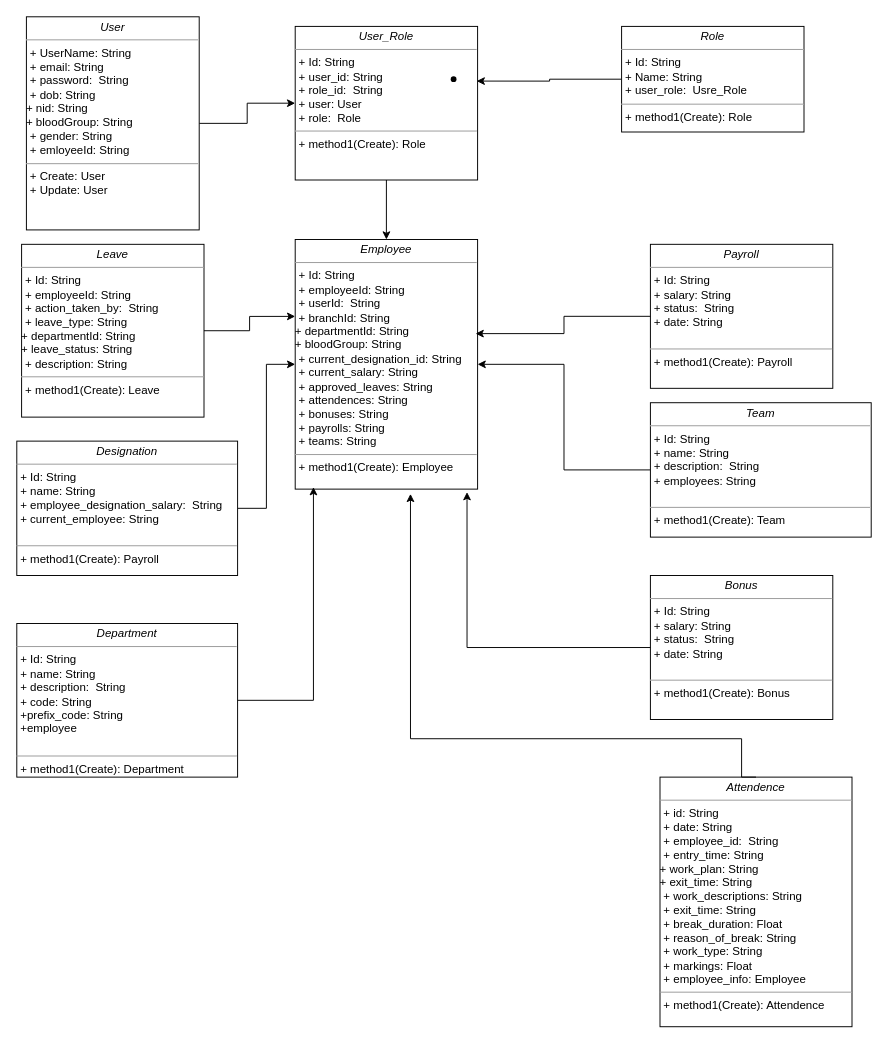
Above: HRM_Class_Diagram.drawio in Sajid069/System_Design (draw.io), before the change. Source tidied: cells renumbered, new cells numbered last; positions are measured from the earlier drawing's top-left corner, leaving out a move shared by most shapes. Both pictures are drawn from the tidied source at 96%, with x=0, y=0 at pixel (16, 16).
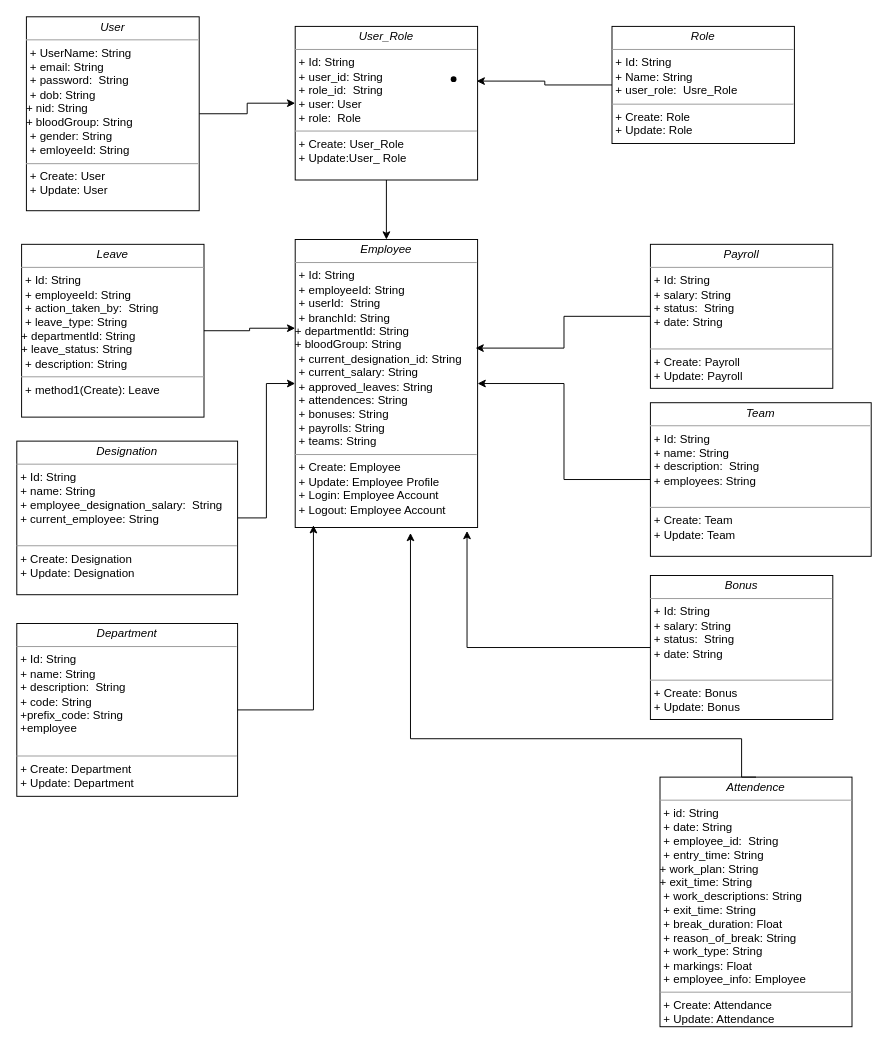
After the change.

Change to the diagram source:
```diff
@@
     <mxCell id="3" value="&lt;p style=&quot;margin:0px;margin-top:4px;text-align:center;&quot;&gt;&lt;i&gt;User&lt;/i&gt;&lt;/p&gt;&lt;hr size=&quot;1&quot;&gt;&lt;p style=&quot;margin:0px;margin-left:4px;&quot;&gt;+ UserName: String&lt;br&gt;+ email: String&lt;/p&gt;&lt;p style=&quot;margin:0px;margin-left:4px;&quot;&gt;+ password:&amp;nbsp; String&lt;br style=&quot;border-color: var(--border-color);&quot;&gt;+ dob: String&lt;br&gt;&lt;/p&gt;+ nid: String&lt;br style=&quot;border-color: var(--border-color);&quot;&gt;+ bloodGroup: String&lt;p style=&quot;margin:0px;margin-left:4px;&quot;&gt;+ gender: String&lt;br style=&quot;border-color: var(--border-color);&quot;&gt;+ emloyeeId: String&lt;/p&gt;&lt;hr size=&quot;1&quot;&gt;&lt;p style=&quot;margin:0px;margin-left:4px;&quot;&gt;+ Create: User&lt;/p&gt;&lt;p style=&quot;margin:0px;margin-left:4px;&quot;&gt;+ Update: User&lt;/p&gt;&lt;p style=&quot;margin:0px;margin-left:4px;&quot;&gt;&lt;br&gt;&lt;/p&gt;" style="verticalAlign=top;align=left;overflow=fill;fontSize=12;fontFamily=Helvetica;html=1;whiteSpace=wrap;" parent="1" vertex="1">
-      <mxGeometry x="10" width="180" height="222" as="geometry" />
+      <mxGeometry x="10" width="180" height="202" as="geometry" />
     </mxCell>
@@
-    <mxCell id="5" value="&lt;p style=&quot;margin:0px;margin-top:4px;text-align:center;&quot;&gt;&lt;i&gt;Role&lt;/i&gt;&lt;/p&gt;&lt;hr size=&quot;1&quot;&gt;&lt;p style=&quot;margin:0px;margin-left:4px;&quot;&gt;+ Id: String&lt;br&gt;+ Name: String&lt;/p&gt;&lt;p style=&quot;margin:0px;margin-left:4px;&quot;&gt;+ user_role:&amp;nbsp; Usre_Role&lt;br&gt;&lt;/p&gt;&lt;hr size=&quot;1&quot;&gt;&lt;p style=&quot;margin:0px;margin-left:4px;&quot;&gt;+ method1(Create): Role&lt;br&gt;&lt;br&gt;&lt;/p&gt;" style="verticalAlign=top;align=left;overflow=fill;fontSize=12;fontFamily=Helvetica;html=1;whiteSpace=wrap;" parent="1" vertex="1">
-      <mxGeometry x="630" y="10" width="190" height="110" as="geometry" />
+    <mxCell id="5" value="&lt;p style=&quot;margin:0px;margin-top:4px;text-align:center;&quot;&gt;&lt;i&gt;Role&lt;/i&gt;&lt;/p&gt;&lt;hr size=&quot;1&quot;&gt;&lt;p style=&quot;margin:0px;margin-left:4px;&quot;&gt;+ Id: String&lt;br&gt;+ Name: String&lt;/p&gt;&lt;p style=&quot;margin:0px;margin-left:4px;&quot;&gt;+ user_role:&amp;nbsp; Usre_Role&lt;br&gt;&lt;/p&gt;&lt;hr size=&quot;1&quot;&gt;&lt;p style=&quot;border-color: var(--border-color); margin: 0px 0px 0px 4px;&quot;&gt;+ Create: Role&lt;/p&gt;&lt;p style=&quot;border-color: var(--border-color); margin: 0px 0px 0px 4px;&quot;&gt;+ Update: Role&lt;br style=&quot;border-color: var(--border-color);&quot;&gt;&lt;/p&gt;" style="verticalAlign=top;align=left;overflow=fill;fontSize=12;fontFamily=Helvetica;html=1;whiteSpace=wrap;" parent="1" vertex="1">
+      <mxGeometry x="620" y="10" width="190" height="122" as="geometry" />
     </mxCell>
-    <mxCell id="6" value="&lt;p style=&quot;margin:0px;margin-top:4px;text-align:center;&quot;&gt;&lt;i&gt;Employee&lt;/i&gt;&lt;/p&gt;&lt;hr size=&quot;1&quot;&gt;&lt;p style=&quot;margin:0px;margin-left:4px;&quot;&gt;+ Id: String&lt;br&gt;+ employeeId: String&lt;/p&gt;&lt;p style=&quot;margin:0px;margin-left:4px;&quot;&gt;+ userId:&amp;nbsp; String&lt;br style=&quot;border-color: var(--border-color);&quot;&gt;+ branchId: String&lt;br&gt;&lt;/p&gt;+ departmentId: String&lt;br style=&quot;border-color: var(--border-color);&quot;&gt;+ bloodGroup: String&lt;p style=&quot;margin:0px;margin-left:4px;&quot;&gt;+&amp;nbsp;current_designation_id&lt;span style=&quot;background-color: initial;&quot;&gt;: String&lt;/span&gt;&lt;/p&gt;&lt;p style=&quot;border-color: var(--border-color); margin: 0px 0px 0px 4px;&quot;&gt;+&amp;nbsp;current_salary&lt;span style=&quot;background-color: initial;&quot;&gt;: String&lt;/span&gt;&lt;/p&gt;&lt;p style=&quot;margin:0px;margin-left:4px;&quot;&gt;+&amp;nbsp;approved_leaves&lt;span style=&quot;background-color: initial;&quot;&gt;: String&lt;/span&gt;&lt;/p&gt;&lt;p style=&quot;margin:0px;margin-left:4px;&quot;&gt;+&amp;nbsp;attendences&lt;span style=&quot;background-color: initial;&quot;&gt;: String&lt;/span&gt;&lt;/p&gt;&lt;p style=&quot;border-color: var(--border-color); margin: 0px 0px 0px 4px;&quot;&gt;+&amp;nbsp;bonuses&lt;span style=&quot;background-color: initial;&quot;&gt;: String&lt;/span&gt;&lt;/p&gt;&lt;p style=&quot;border-color: var(--border-color); margin: 0px 0px 0px 4px;&quot;&gt;+&amp;nbsp;payrolls&lt;span style=&quot;background-color: initial;&quot;&gt;: String&lt;/span&gt;&lt;/p&gt;&lt;p style=&quot;border-color: var(--border-color); margin: 0px 0px 0px 4px;&quot;&gt;+&amp;nbsp;teams&lt;span style=&quot;background-color: initial;&quot;&gt;: String&lt;/span&gt;&lt;/p&gt;&lt;hr size=&quot;1&quot;&gt;&lt;p style=&quot;margin:0px;margin-left:4px;&quot;&gt;+ method1(Create): Employee&lt;br&gt;&lt;br&gt;&lt;/p&gt;" style="verticalAlign=top;align=left;overflow=fill;fontSize=12;fontFamily=Helvetica;html=1;whiteSpace=wrap;" parent="1" vertex="1">
-      <mxGeometry x="290" y="232" width="190" height="260" as="geometry" />
+    <mxCell id="6" value="&lt;p style=&quot;margin:0px;margin-top:4px;text-align:center;&quot;&gt;&lt;i&gt;Employee&lt;/i&gt;&lt;/p&gt;&lt;hr size=&quot;1&quot;&gt;&lt;p style=&quot;margin:0px;margin-left:4px;&quot;&gt;+ Id: String&lt;br&gt;+ employeeId: String&lt;/p&gt;&lt;p style=&quot;margin:0px;margin-left:4px;&quot;&gt;+ userId:&amp;nbsp; String&lt;br style=&quot;border-color: var(--border-color);&quot;&gt;+ branchId: String&lt;br&gt;&lt;/p&gt;+ departmentId: String&lt;br style=&quot;border-color: var(--border-color);&quot;&gt;+ bloodGroup: String&lt;p style=&quot;margin:0px;margin-left:4px;&quot;&gt;+&amp;nbsp;current_designation_id&lt;span style=&quot;background-color: initial;&quot;&gt;: String&lt;/span&gt;&lt;/p&gt;&lt;p style=&quot;border-color: var(--border-color); margin: 0px 0px 0px 4px;&quot;&gt;+&amp;nbsp;current_salary&lt;span style=&quot;background-color: initial;&quot;&gt;: String&lt;/span&gt;&lt;/p&gt;&lt;p style=&quot;margin:0px;margin-left:4px;&quot;&gt;+&amp;nbsp;approved_leaves&lt;span style=&quot;background-color: initial;&quot;&gt;: String&lt;/span&gt;&lt;/p&gt;&lt;p style=&quot;margin:0px;margin-left:4px;&quot;&gt;+&amp;nbsp;attendences&lt;span style=&quot;background-color: initial;&quot;&gt;: String&lt;/span&gt;&lt;/p&gt;&lt;p style=&quot;border-color: var(--border-color); margin: 0px 0px 0px 4px;&quot;&gt;+&amp;nbsp;bonuses&lt;span style=&quot;background-color: initial;&quot;&gt;: String&lt;/span&gt;&lt;/p&gt;&lt;p style=&quot;border-color: var(--border-color); margin: 0px 0px 0px 4px;&quot;&gt;+&amp;nbsp;payrolls&lt;span style=&quot;background-color: initial;&quot;&gt;: String&lt;/span&gt;&lt;/p&gt;&lt;p style=&quot;border-color: var(--border-color); margin: 0px 0px 0px 4px;&quot;&gt;+&amp;nbsp;teams&lt;span style=&quot;background-color: initial;&quot;&gt;: String&lt;/span&gt;&lt;/p&gt;&lt;hr size=&quot;1&quot;&gt;&lt;p style=&quot;margin:0px;margin-left:4px;&quot;&gt;+ Create: Employee&lt;/p&gt;&lt;p style=&quot;margin:0px;margin-left:4px;&quot;&gt;+ Update: Employee Profile&lt;/p&gt;&lt;p style=&quot;margin:0px;margin-left:4px;&quot;&gt;+ Login: Employee Account&lt;/p&gt;&lt;p style=&quot;margin:0px;margin-left:4px;&quot;&gt;+ Logout: Employee Account&lt;br&gt;&lt;br&gt;&lt;/p&gt;" style="verticalAlign=top;align=left;overflow=fill;fontSize=12;fontFamily=Helvetica;html=1;whiteSpace=wrap;" parent="1" vertex="1">
+      <mxGeometry x="290" y="232" width="190" height="300" as="geometry" />
     </mxCell>
@@
-    <mxCell id="8" value="&lt;p style=&quot;margin:0px;margin-top:4px;text-align:center;&quot;&gt;&lt;i&gt;Payroll&lt;/i&gt;&lt;/p&gt;&lt;hr size=&quot;1&quot;&gt;&lt;p style=&quot;margin:0px;margin-left:4px;&quot;&gt;+ Id: String&lt;br&gt;+ salary: String&lt;/p&gt;&lt;p style=&quot;margin:0px;margin-left:4px;&quot;&gt;+ status:&amp;nbsp; String&lt;br style=&quot;border-color: var(--border-color);&quot;&gt;+ date: String&lt;/p&gt;&lt;br&gt;&lt;hr size=&quot;1&quot;&gt;&lt;p style=&quot;margin:0px;margin-left:4px;&quot;&gt;+ method1(Create): Payroll&lt;br&gt;&lt;br&gt;&lt;/p&gt;" style="verticalAlign=top;align=left;overflow=fill;fontSize=12;fontFamily=Helvetica;html=1;whiteSpace=wrap;" parent="1" vertex="1">
+    <mxCell id="8" value="&lt;p style=&quot;margin:0px;margin-top:4px;text-align:center;&quot;&gt;&lt;i&gt;Payroll&lt;/i&gt;&lt;/p&gt;&lt;hr size=&quot;1&quot;&gt;&lt;p style=&quot;margin:0px;margin-left:4px;&quot;&gt;+ Id: String&lt;br&gt;+ salary: String&lt;/p&gt;&lt;p style=&quot;margin:0px;margin-left:4px;&quot;&gt;+ status:&amp;nbsp; String&lt;br style=&quot;border-color: var(--border-color);&quot;&gt;+ date: String&lt;/p&gt;&lt;br&gt;&lt;hr size=&quot;1&quot;&gt;&lt;p style=&quot;border-color: var(--border-color); margin: 0px 0px 0px 4px;&quot;&gt;+ Create: Payroll&lt;/p&gt;&lt;p style=&quot;border-color: var(--border-color); margin: 0px 0px 0px 4px;&quot;&gt;+ Update: Payroll&lt;/p&gt;&lt;p style=&quot;margin:0px;margin-left:4px;&quot;&gt;&lt;br&gt;&lt;/p&gt;" style="verticalAlign=top;align=left;overflow=fill;fontSize=12;fontFamily=Helvetica;html=1;whiteSpace=wrap;" parent="1" vertex="1">
       <mxGeometry x="660" y="237" width="190" height="150" as="geometry" />
     </mxCell>
-    <mxCell id="9" value="&lt;p style=&quot;margin:0px;margin-top:4px;text-align:center;&quot;&gt;&lt;i&gt;Bonus&lt;/i&gt;&lt;/p&gt;&lt;hr size=&quot;1&quot;&gt;&lt;p style=&quot;margin:0px;margin-left:4px;&quot;&gt;+ Id: String&lt;br&gt;+ salary: String&lt;/p&gt;&lt;p style=&quot;margin:0px;margin-left:4px;&quot;&gt;+ status:&amp;nbsp; String&lt;br style=&quot;border-color: var(--border-color);&quot;&gt;+ date: String&lt;/p&gt;&lt;br&gt;&lt;hr size=&quot;1&quot;&gt;&lt;p style=&quot;margin:0px;margin-left:4px;&quot;&gt;+ method1(Create): Bonus&lt;br&gt;&lt;br&gt;&lt;/p&gt;" style="verticalAlign=top;align=left;overflow=fill;fontSize=12;fontFamily=Helvetica;html=1;whiteSpace=wrap;" parent="1" vertex="1">
+    <mxCell id="9" value="&lt;p style=&quot;margin:0px;margin-top:4px;text-align:center;&quot;&gt;&lt;i&gt;Bonus&lt;/i&gt;&lt;/p&gt;&lt;hr size=&quot;1&quot;&gt;&lt;p style=&quot;margin:0px;margin-left:4px;&quot;&gt;+ Id: String&lt;br&gt;+ salary: String&lt;/p&gt;&lt;p style=&quot;margin:0px;margin-left:4px;&quot;&gt;+ status:&amp;nbsp; String&lt;br style=&quot;border-color: var(--border-color);&quot;&gt;+ date: String&lt;/p&gt;&lt;br&gt;&lt;hr size=&quot;1&quot;&gt;&lt;p style=&quot;border-color: var(--border-color); margin: 0px 0px 0px 4px;&quot;&gt;+ Create: Bonus&lt;/p&gt;&lt;p style=&quot;border-color: var(--border-color); margin: 0px 0px 0px 4px;&quot;&gt;+ Update: Bonus&lt;/p&gt;&lt;p style=&quot;margin:0px;margin-left:4px;&quot;&gt;&lt;br&gt;&lt;/p&gt;" style="verticalAlign=top;align=left;overflow=fill;fontSize=12;fontFamily=Helvetica;html=1;whiteSpace=wrap;" parent="1" vertex="1">
       <mxGeometry x="660" y="582" width="190" height="150" as="geometry" />
     </mxCell>
@@
-    <mxCell id="11" value="&lt;p style=&quot;margin:0px;margin-top:4px;text-align:center;&quot;&gt;&lt;i&gt;Designation&lt;/i&gt;&lt;/p&gt;&lt;hr size=&quot;1&quot;&gt;&lt;p style=&quot;margin:0px;margin-left:4px;&quot;&gt;+ Id: String&lt;br&gt;+ name: String&lt;/p&gt;&lt;p style=&quot;margin:0px;margin-left:4px;&quot;&gt;+ employee_designation_salary:&amp;nbsp; String&lt;br style=&quot;border-color: var(--border-color);&quot;&gt;+ current_employee: String&lt;/p&gt;&lt;br&gt;&lt;hr size=&quot;1&quot;&gt;&lt;p style=&quot;margin:0px;margin-left:4px;&quot;&gt;+ method1(Create): Payroll&lt;br&gt;&lt;br&gt;&lt;/p&gt;" style="verticalAlign=top;align=left;overflow=fill;fontSize=12;fontFamily=Helvetica;html=1;whiteSpace=wrap;" parent="1" vertex="1">
-      <mxGeometry y="442" width="230" height="140" as="geometry" />
+    <mxCell id="11" value="&lt;p style=&quot;margin:0px;margin-top:4px;text-align:center;&quot;&gt;&lt;i&gt;Designation&lt;/i&gt;&lt;/p&gt;&lt;hr size=&quot;1&quot;&gt;&lt;p style=&quot;margin:0px;margin-left:4px;&quot;&gt;+ Id: String&lt;br&gt;+ name: String&lt;/p&gt;&lt;p style=&quot;margin:0px;margin-left:4px;&quot;&gt;+ employee_designation_salary:&amp;nbsp; String&lt;br style=&quot;border-color: var(--border-color);&quot;&gt;+ current_employee: String&lt;/p&gt;&lt;br&gt;&lt;hr size=&quot;1&quot;&gt;&lt;p style=&quot;border-color: var(--border-color); margin: 0px 0px 0px 4px;&quot;&gt;+ Create: Designation&lt;/p&gt;&lt;p style=&quot;border-color: var(--border-color); margin: 0px 0px 0px 4px;&quot;&gt;+ Update: Designation&lt;/p&gt;&lt;p style=&quot;margin:0px;margin-left:4px;&quot;&gt;&lt;br&gt;&lt;/p&gt;" style="verticalAlign=top;align=left;overflow=fill;fontSize=12;fontFamily=Helvetica;html=1;whiteSpace=wrap;" parent="1" vertex="1">
+      <mxGeometry y="442" width="230" height="160" as="geometry" />
     </mxCell>
-    <mxCell id="12" value="&lt;p style=&quot;margin:0px;margin-top:4px;text-align:center;&quot;&gt;&lt;i&gt;Department&lt;/i&gt;&lt;/p&gt;&lt;hr size=&quot;1&quot;&gt;&lt;p style=&quot;margin:0px;margin-left:4px;&quot;&gt;+ Id: String&lt;br&gt;+ name: String&lt;/p&gt;&lt;p style=&quot;margin:0px;margin-left:4px;&quot;&gt;+&amp;nbsp;description&lt;span style=&quot;background-color: initial;&quot;&gt;:&amp;nbsp; String&lt;/span&gt;&lt;/p&gt;&lt;p style=&quot;margin:0px;margin-left:4px;&quot;&gt;+&amp;nbsp;code&lt;span style=&quot;background-color: initial;&quot;&gt;: String&lt;/span&gt;&lt;/p&gt;&lt;p style=&quot;margin:0px;margin-left:4px;&quot;&gt;&lt;span style=&quot;background-color: initial;&quot;&gt;+&lt;/span&gt;prefix_code: String&lt;/p&gt;&lt;p style=&quot;margin:0px;margin-left:4px;&quot;&gt;+employee&lt;/p&gt;&lt;br&gt;&lt;hr size=&quot;1&quot;&gt;&lt;p style=&quot;margin:0px;margin-left:4px;&quot;&gt;+ method1(Create): Department&lt;br&gt;&lt;br&gt;&lt;/p&gt;" style="verticalAlign=top;align=left;overflow=fill;fontSize=12;fontFamily=Helvetica;html=1;whiteSpace=wrap;" parent="1" vertex="1">
-      <mxGeometry y="632" width="230" height="160" as="geometry" />
+    <mxCell id="12" value="&lt;p style=&quot;margin:0px;margin-top:4px;text-align:center;&quot;&gt;&lt;i&gt;Department&lt;/i&gt;&lt;/p&gt;&lt;hr size=&quot;1&quot;&gt;&lt;p style=&quot;margin:0px;margin-left:4px;&quot;&gt;+ Id: String&lt;br&gt;+ name: String&lt;/p&gt;&lt;p style=&quot;margin:0px;margin-left:4px;&quot;&gt;+&amp;nbsp;description&lt;span style=&quot;background-color: initial;&quot;&gt;:&amp;nbsp; String&lt;/span&gt;&lt;/p&gt;&lt;p style=&quot;margin:0px;margin-left:4px;&quot;&gt;+&amp;nbsp;code&lt;span style=&quot;background-color: initial;&quot;&gt;: String&lt;/span&gt;&lt;/p&gt;&lt;p style=&quot;margin:0px;margin-left:4px;&quot;&gt;&lt;span style=&quot;background-color: initial;&quot;&gt;+&lt;/span&gt;prefix_code: String&lt;/p&gt;&lt;p style=&quot;margin:0px;margin-left:4px;&quot;&gt;+employee&lt;/p&gt;&lt;br&gt;&lt;hr size=&quot;1&quot;&gt;&lt;p style=&quot;margin:0px;margin-left:4px;&quot;&gt;+ Create: Department&lt;/p&gt;&lt;p style=&quot;margin:0px;margin-left:4px;&quot;&gt;+ Update: Department&lt;br&gt;&lt;br&gt;&lt;/p&gt;" style="verticalAlign=top;align=left;overflow=fill;fontSize=12;fontFamily=Helvetica;html=1;whiteSpace=wrap;" parent="1" vertex="1">
+      <mxGeometry y="632" width="230" height="180" as="geometry" />
     </mxCell>
@@
-    <mxCell id="14" value="&lt;p style=&quot;margin:0px;margin-top:4px;text-align:center;&quot;&gt;&lt;i&gt;Team&lt;/i&gt;&lt;/p&gt;&lt;hr size=&quot;1&quot;&gt;&lt;p style=&quot;margin:0px;margin-left:4px;&quot;&gt;+ Id: String&lt;br&gt;+ name: String&lt;/p&gt;&lt;p style=&quot;margin:0px;margin-left:4px;&quot;&gt;+&amp;nbsp;description&lt;span style=&quot;background-color: initial;&quot;&gt;:&amp;nbsp; String&lt;/span&gt;&lt;/p&gt;&lt;p style=&quot;margin:0px;margin-left:4px;&quot;&gt;+&amp;nbsp;employees&lt;span style=&quot;background-color: initial;&quot;&gt;: String&lt;/span&gt;&lt;/p&gt;&lt;br&gt;&lt;hr size=&quot;1&quot;&gt;&lt;p style=&quot;margin:0px;margin-left:4px;&quot;&gt;+ method1(Create): Team&lt;br&gt;&lt;br&gt;&lt;/p&gt;" style="verticalAlign=top;align=left;overflow=fill;fontSize=12;fontFamily=Helvetica;html=1;whiteSpace=wrap;" parent="1" vertex="1">
-      <mxGeometry x="660" y="402" width="230" height="140" as="geometry" />
+    <mxCell id="14" value="&lt;p style=&quot;margin:0px;margin-top:4px;text-align:center;&quot;&gt;&lt;i&gt;Team&lt;/i&gt;&lt;/p&gt;&lt;hr size=&quot;1&quot;&gt;&lt;p style=&quot;margin:0px;margin-left:4px;&quot;&gt;+ Id: String&lt;br&gt;+ name: String&lt;/p&gt;&lt;p style=&quot;margin:0px;margin-left:4px;&quot;&gt;+&amp;nbsp;description&lt;span style=&quot;background-color: initial;&quot;&gt;:&amp;nbsp; String&lt;/span&gt;&lt;/p&gt;&lt;p style=&quot;margin:0px;margin-left:4px;&quot;&gt;+&amp;nbsp;employees&lt;span style=&quot;background-color: initial;&quot;&gt;: String&lt;/span&gt;&lt;/p&gt;&lt;br&gt;&lt;hr size=&quot;1&quot;&gt;&lt;p style=&quot;border-color: var(--border-color); margin: 0px 0px 0px 4px;&quot;&gt;+ Create: Team&lt;/p&gt;&lt;p style=&quot;border-color: var(--border-color); margin: 0px 0px 0px 4px;&quot;&gt;+ Update: Team&lt;/p&gt;&lt;p style=&quot;margin:0px;margin-left:4px;&quot;&gt;&lt;br&gt;&lt;/p&gt;" style="verticalAlign=top;align=left;overflow=fill;fontSize=12;fontFamily=Helvetica;html=1;whiteSpace=wrap;" parent="1" vertex="1">
+      <mxGeometry x="660" y="402" width="230" height="160" as="geometry" />
     </mxCell>
-    <mxCell id="15" value="&lt;p style=&quot;margin:0px;margin-top:4px;text-align:center;&quot;&gt;&lt;i&gt;Attendence&lt;/i&gt;&lt;/p&gt;&lt;hr size=&quot;1&quot;&gt;&lt;p style=&quot;margin:0px;margin-left:4px;&quot;&gt;+ id: String&lt;br&gt;+&amp;nbsp;date&lt;span style=&quot;background-color: initial;&quot;&gt;: String&lt;/span&gt;&lt;/p&gt;&lt;p style=&quot;margin:0px;margin-left:4px;&quot;&gt;+&amp;nbsp;employee_id&lt;span style=&quot;background-color: initial;&quot;&gt;:&amp;nbsp; String&lt;/span&gt;&lt;/p&gt;&lt;p style=&quot;margin:0px;margin-left:4px;&quot;&gt;+&amp;nbsp;entry_time&lt;span style=&quot;background-color: initial;&quot;&gt;: String&lt;/span&gt;&lt;/p&gt;+&amp;nbsp;work_plan&lt;span style=&quot;background-color: initial;&quot;&gt;: String&lt;/span&gt;&lt;br&gt;+&amp;nbsp;exit_time&lt;span style=&quot;background-color: initial;&quot;&gt;: String&lt;/span&gt;&lt;br&gt;&lt;p style=&quot;margin:0px;margin-left:4px;&quot;&gt;+&amp;nbsp;work_descriptions&lt;span style=&quot;background-color: initial;&quot;&gt;: String&lt;/span&gt;&lt;/p&gt;&lt;p style=&quot;margin:0px;margin-left:4px;&quot;&gt;+&amp;nbsp;exit_time: String&lt;br style=&quot;border-color: var(--border-color);&quot;&gt;&lt;/p&gt;&lt;p style=&quot;border-color: var(--border-color); margin: 0px 0px 0px 4px;&quot;&gt;+&amp;nbsp;break_duration&lt;span style=&quot;background-color: initial;&quot;&gt;: Float&lt;/span&gt;&lt;/p&gt;&lt;p style=&quot;margin:0px;margin-left:4px;&quot;&gt;+&amp;nbsp;reason_of_break&lt;span style=&quot;background-color: initial;&quot;&gt;: String&lt;/span&gt;&lt;/p&gt;&lt;p style=&quot;border-color: var(--border-color); margin: 0px 0px 0px 4px;&quot;&gt;+&amp;nbsp;work_type&lt;span style=&quot;background-color: initial;&quot;&gt;: String&lt;/span&gt;&lt;/p&gt;&lt;p style=&quot;border-color: var(--border-color); margin: 0px 0px 0px 4px;&quot;&gt;+&amp;nbsp;markings&lt;span style=&quot;background-color: initial;&quot;&gt;: Float&lt;/span&gt;&lt;/p&gt;&lt;p style=&quot;border-color: var(--border-color); margin: 0px 0px 0px 4px;&quot;&gt;+&amp;nbsp;employee_info&lt;span style=&quot;background-color: initial;&quot;&gt;: Employee&lt;/span&gt;&lt;/p&gt;&lt;hr size=&quot;1&quot;&gt;&lt;p style=&quot;margin:0px;margin-left:4px;&quot;&gt;+ method1(Create): Attendence&lt;br&gt;&lt;br&gt;&lt;/p&gt;" style="verticalAlign=top;align=left;overflow=fill;fontSize=12;fontFamily=Helvetica;html=1;whiteSpace=wrap;" parent="1" vertex="1">
+    <mxCell id="15" value="&lt;p style=&quot;margin:0px;margin-top:4px;text-align:center;&quot;&gt;&lt;i&gt;Attendence&lt;/i&gt;&lt;/p&gt;&lt;hr size=&quot;1&quot;&gt;&lt;p style=&quot;margin:0px;margin-left:4px;&quot;&gt;+ id: String&lt;br&gt;+&amp;nbsp;date&lt;span style=&quot;background-color: initial;&quot;&gt;: String&lt;/span&gt;&lt;/p&gt;&lt;p style=&quot;margin:0px;margin-left:4px;&quot;&gt;+&amp;nbsp;employee_id&lt;span style=&quot;background-color: initial;&quot;&gt;:&amp;nbsp; String&lt;/span&gt;&lt;/p&gt;&lt;p style=&quot;margin:0px;margin-left:4px;&quot;&gt;+&amp;nbsp;entry_time&lt;span style=&quot;background-color: initial;&quot;&gt;: String&lt;/span&gt;&lt;/p&gt;+&amp;nbsp;work_plan&lt;span style=&quot;background-color: initial;&quot;&gt;: String&lt;/span&gt;&lt;br&gt;+&amp;nbsp;exit_time&lt;span style=&quot;background-color: initial;&quot;&gt;: String&lt;/span&gt;&lt;br&gt;&lt;p style=&quot;margin:0px;margin-left:4px;&quot;&gt;+&amp;nbsp;work_descriptions&lt;span style=&quot;background-color: initial;&quot;&gt;: String&lt;/span&gt;&lt;/p&gt;&lt;p style=&quot;margin:0px;margin-left:4px;&quot;&gt;+&amp;nbsp;exit_time: String&lt;br style=&quot;border-color: var(--border-color);&quot;&gt;&lt;/p&gt;&lt;p style=&quot;border-color: var(--border-color); margin: 0px 0px 0px 4px;&quot;&gt;+&amp;nbsp;break_duration&lt;span style=&quot;background-color: initial;&quot;&gt;: Float&lt;/span&gt;&lt;/p&gt;&lt;p style=&quot;margin:0px;margin-left:4px;&quot;&gt;+&amp;nbsp;reason_of_break&lt;span style=&quot;background-color: initial;&quot;&gt;: String&lt;/span&gt;&lt;/p&gt;&lt;p style=&quot;border-color: var(--border-color); margin: 0px 0px 0px 4px;&quot;&gt;+&amp;nbsp;work_type&lt;span style=&quot;background-color: initial;&quot;&gt;: String&lt;/span&gt;&lt;/p&gt;&lt;p style=&quot;border-color: var(--border-color); margin: 0px 0px 0px 4px;&quot;&gt;+&amp;nbsp;markings&lt;span style=&quot;background-color: initial;&quot;&gt;: Float&lt;/span&gt;&lt;/p&gt;&lt;p style=&quot;border-color: var(--border-color); margin: 0px 0px 0px 4px;&quot;&gt;+&amp;nbsp;employee_info&lt;span style=&quot;background-color: initial;&quot;&gt;: Employee&lt;/span&gt;&lt;/p&gt;&lt;hr size=&quot;1&quot;&gt;&lt;p style=&quot;border-color: var(--border-color); margin: 0px 0px 0px 4px;&quot;&gt;+ Create: Attendance&lt;/p&gt;&lt;p style=&quot;border-color: var(--border-color); margin: 0px 0px 0px 4px;&quot;&gt;+ Update: Attendance&lt;/p&gt;&lt;p style=&quot;margin:0px;margin-left:4px;&quot;&gt;&lt;br&gt;&lt;/p&gt;" style="verticalAlign=top;align=left;overflow=fill;fontSize=12;fontFamily=Helvetica;html=1;whiteSpace=wrap;" parent="1" vertex="1">
       <mxGeometry x="670" y="792" width="200" height="260" as="geometry" />
     </mxCell>
@@
-    <mxCell id="17" value="&lt;p style=&quot;margin:0px;margin-top:4px;text-align:center;&quot;&gt;&lt;i&gt;User_Role&lt;/i&gt;&lt;/p&gt;&lt;hr size=&quot;1&quot;&gt;&lt;p style=&quot;margin:0px;margin-left:4px;&quot;&gt;+ Id: String&lt;br&gt;+ user_id: String&lt;/p&gt;&lt;p style=&quot;margin:0px;margin-left:4px;&quot;&gt;+ role_id:&amp;nbsp; String&lt;br&gt;&lt;/p&gt;&lt;p style=&quot;border-color: var(--border-color); margin: 0px 0px 0px 4px;&quot;&gt;+ user: User&lt;/p&gt;&lt;p style=&quot;border-color: var(--border-color); margin: 0px 0px 0px 4px;&quot;&gt;+ role:&amp;nbsp; Role&lt;/p&gt;&lt;hr size=&quot;1&quot;&gt;&lt;p style=&quot;margin:0px;margin-left:4px;&quot;&gt;+ method1(Create): Role&lt;br&gt;&lt;br&gt;&lt;/p&gt;" style="verticalAlign=top;align=left;overflow=fill;fontSize=12;fontFamily=Helvetica;html=1;whiteSpace=wrap;" parent="1" vertex="1">
+    <mxCell id="17" value="&lt;p style=&quot;margin:0px;margin-top:4px;text-align:center;&quot;&gt;&lt;i&gt;User_Role&lt;/i&gt;&lt;/p&gt;&lt;hr size=&quot;1&quot;&gt;&lt;p style=&quot;margin:0px;margin-left:4px;&quot;&gt;+ Id: String&lt;br&gt;+ user_id: String&lt;/p&gt;&lt;p style=&quot;margin:0px;margin-left:4px;&quot;&gt;+ role_id:&amp;nbsp; String&lt;br&gt;&lt;/p&gt;&lt;p style=&quot;border-color: var(--border-color); margin: 0px 0px 0px 4px;&quot;&gt;+ user: User&lt;/p&gt;&lt;p style=&quot;border-color: var(--border-color); margin: 0px 0px 0px 4px;&quot;&gt;+ role:&amp;nbsp; Role&lt;/p&gt;&lt;hr size=&quot;1&quot;&gt;&lt;p style=&quot;margin:0px;margin-left:4px;&quot;&gt;+ Create: User_Role&lt;/p&gt;&lt;p style=&quot;margin:0px;margin-left:4px;&quot;&gt;+ Update:User_ Role&lt;br&gt;&lt;br&gt;&lt;/p&gt;" style="verticalAlign=top;align=left;overflow=fill;fontSize=12;fontFamily=Helvetica;html=1;whiteSpace=wrap;" parent="1" vertex="1">
       <mxGeometry x="290" y="10" width="190" height="160" as="geometry" />
     </mxCell>
```
